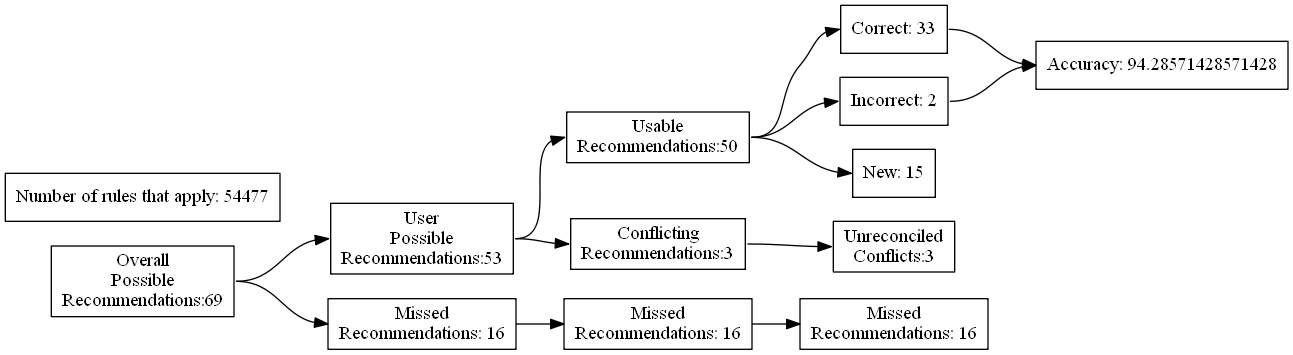
Earlier version of the Graphviz export test_renders/56.gv.png (ZaxR/ibd_diet_analysis). Its source is kept beside it as test_renders/56.gv.
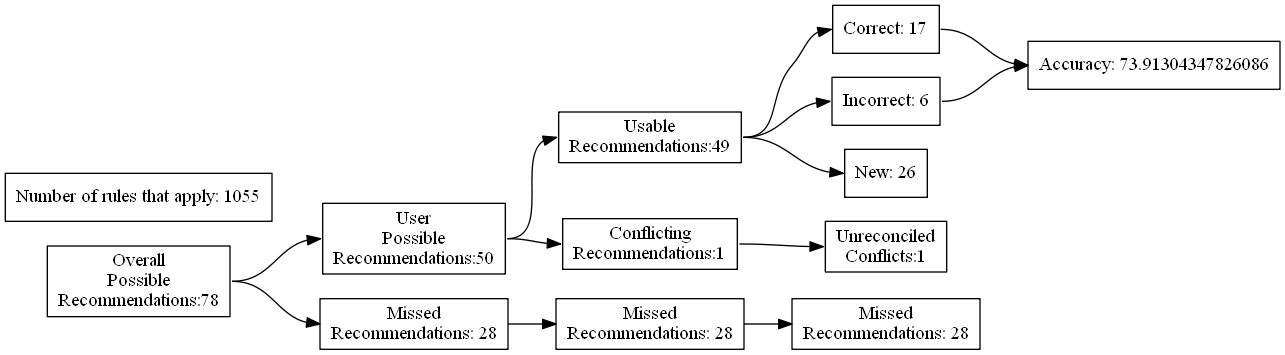
The same file after the commit.

The edit, as a diff of the source:
```diff
@@ -4,27 +4,27 @@
 	edge [headport=w tailport=e]
 		A [label="Overall
 Possible
-Recommendations:69"]
+Recommendations:78"]
 		B [label="User
 Possible
-Recommendations:53"]
+Recommendations:50"]
 		C [label="Missed
-Recommendations: 16"]
+Recommendations: 28"]
 		D [label="Usable
-Recommendations:50"]
+Recommendations:49"]
 		E [label="Conflicting
-Recommendations:3"]
+Recommendations:1"]
 		J [label="Missed
-Recommendations: 16"]
+Recommendations: 28"]
 		M [label="Unreconciled
-Conflicts:3"]
-		F [label="Correct: 33"]
-		G [label="Incorrect: 2"]
-		H [label="New: 15"]
+Conflicts:1"]
+		F [label="Correct: 17"]
+		G [label="Incorrect: 6"]
+		H [label="New: 26"]
 		K [label="Missed
-Recommendations: 16"]
-		I [label="Accuracy: 94.28571428571428"]
-		l [label="Number of rules that apply: 54477"]
+Recommendations: 28"]
+		I [label="Accuracy: 73.91304347826086"]
+		l [label="Number of rules that apply: 1055"]
 			A -> B
 			A -> C
 			B -> D
```
